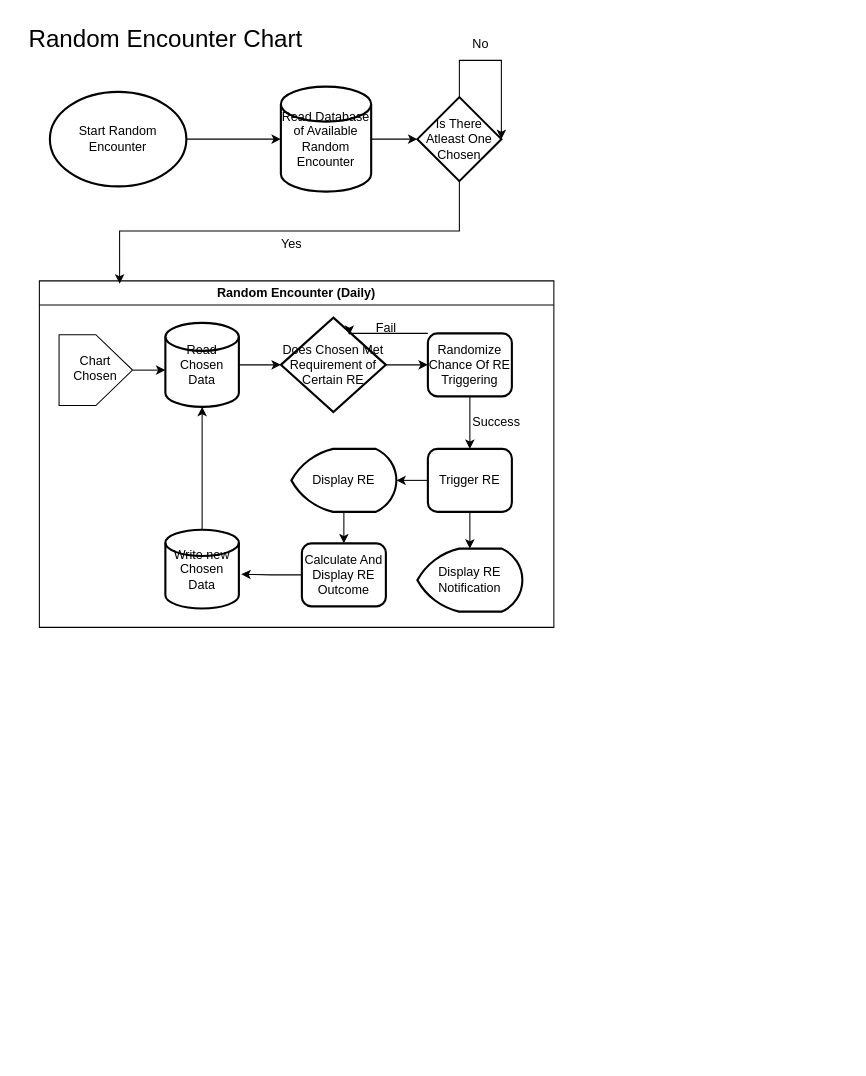
Before: Game Design/Flowcharts/RE Chart.drawio in mraihanhadi/project-umbra, a draw.io diagram. Source tidied: cells renumbered, new cells numbered last; positions are measured from the earlier drawing's top-left corner, leaving out a move shared by most shapes. Both pictures are drawn from the tidied source at 105%, with x=0, y=0 at pixel (18, 18).
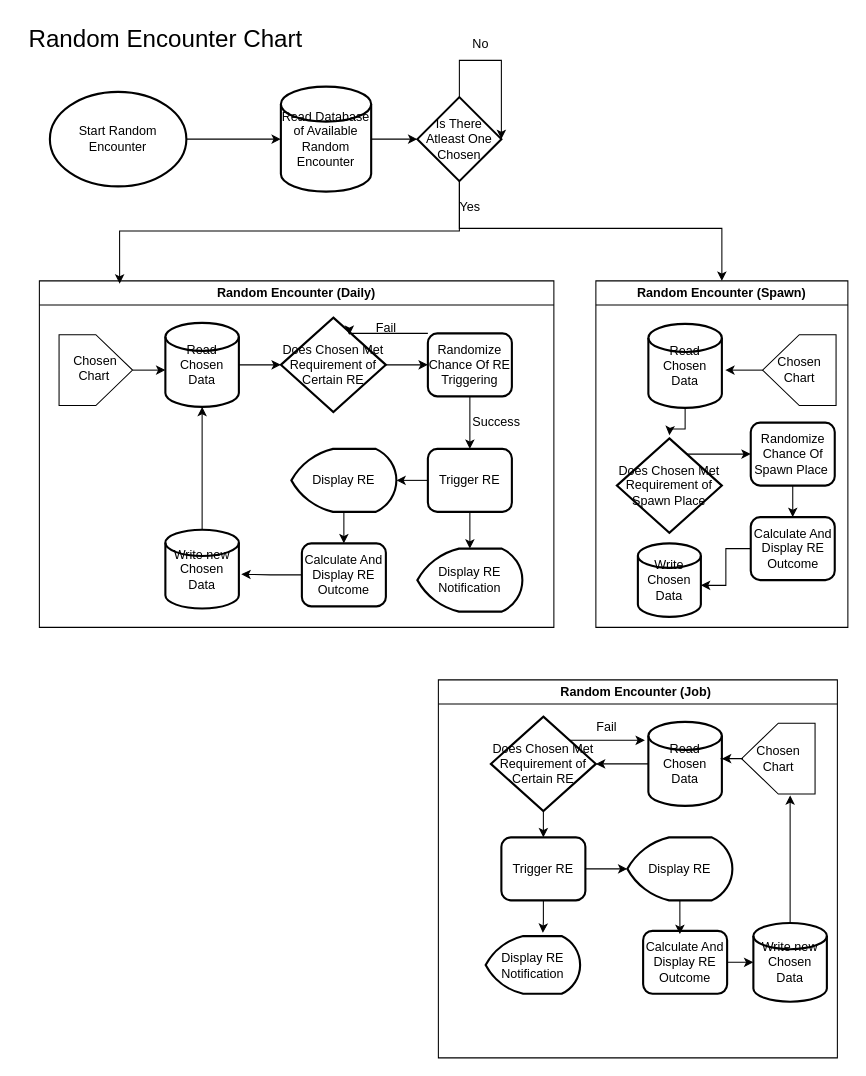
The same diagram, later.

Unchanged cells that the change refers to:
```xml
<mxCell id="7" value="Random Encounter (Daily)" style="swimlane;whiteSpace=wrap;html=1;" parent="1" vertex="1">
  <mxGeometry x="20" y="250" width="490" height="330" as="geometry" />
</mxCell>
<mxCell id="29" value="Is There Atleast One Chosen" style="rhombus;whiteSpace=wrap;html=1;strokeWidth=2;" parent="1" vertex="1">
  <mxGeometry x="380" y="75" width="80" height="80" as="geometry" />
</mxCell>
```

Diff of the diagram source:
```diff
@@
-    <mxCell id="9" value="Chosen Chart" style="verticalLabelPosition=middle;verticalAlign=middle;shape=offPageConnector;rounded=0;size=0.5;labelPosition=center;align=center;rotation=-90;html=1;whiteSpace=wrap;horizontal=1;textDirection=vertical-lr;" parent="7" vertex="1">
+    <mxCell id="9" value="Chart&amp;nbsp;&lt;div&gt;Chosen&lt;/div&gt;" style="verticalLabelPosition=middle;verticalAlign=middle;shape=offPageConnector;rounded=0;size=0.5;labelPosition=center;align=center;rotation=-90;html=1;whiteSpace=wrap;horizontal=1;textDirection=vertical-lr;" parent="7" vertex="1">
       <mxGeometry x="20" y="50" width="67.5" height="70" as="geometry" />
     </mxCell>
@@
+    <mxCell id="34" style="edgeStyle=orthogonalEdgeStyle;rounded=0;jettySize=auto;html=1;" parent="1" edge="1" source="29" target="35">
+      <mxGeometry relative="1" as="geometry">
+        <Array as="points">
+          <mxPoint x="420" y="200" />
+          <mxPoint x="670" y="200" />
+        </Array>
+      </mxGeometry>
+    </mxCell>
@@
     <mxCell id="33" value="Yes" style="text;html=1;align=center;verticalAlign=middle;strokeColor=none;fillColor=none;" parent="1" vertex="1">
-      <mxGeometry x="240" y="200" width="40" height="30" as="geometry" />
+      <mxGeometry x="410" y="165" width="40" height="30" as="geometry" />
     </mxCell>
+    <mxCell id="35" value="Random Encounter (Spawn)" style="swimlane;whiteSpace=wrap;html=1;" parent="1" vertex="1">
+      <mxGeometry x="550" y="250" width="240" height="330" as="geometry" />
+    </mxCell>
+    <mxCell id="36" value="Chosen Chart" style="verticalLabelPosition=middle;verticalAlign=middle;shape=offPageConnector;rounded=0;size=0.5;labelPosition=center;align=center;rotation=90;html=1;whiteSpace=wrap;horizontal=0;" parent="35" vertex="1">
+      <mxGeometry x="160" y="50" width="67.5" height="70" as="geometry" />
+    </mxCell>
+    <mxCell id="37" value="Read Chosen Data" style="strokeWidth=2;html=1;shape=mxgraph.flowchart.database;whiteSpace=wrap;" parent="35" vertex="1">
+      <mxGeometry x="50" y="41" width="70" height="80" as="geometry" />
+    </mxCell>
+    <mxCell id="38" style="edgeStyle=orthogonalEdgeStyle;rounded=0;jettySize=auto;html=1;exitX=0.5;exitY=1;exitDx=0;exitDy=0;entryX=1.045;entryY=0.558;entryDx=0;entryDy=0;entryPerimeter=0;" parent="35" edge="1" source="36" target="37">
+      <mxGeometry relative="1" as="geometry" />
+    </mxCell>
+    <mxCell id="39" style="edgeStyle=orthogonalEdgeStyle;rounded=0;jettySize=auto;html=1;" parent="35" edge="1" source="37">
+      <mxGeometry relative="1" as="geometry">
+        <mxPoint x="70" y="147" as="targetPoint" />
+      </mxGeometry>
+    </mxCell>
+    <mxCell id="40" style="edgeStyle=orthogonalEdgeStyle;rounded=0;jettySize=auto;html=1;entryX=0;entryY=0.5;entryDx=0;entryDy=0;" parent="35" edge="1" source="41" target="43">
+      <mxGeometry relative="1" as="geometry">
+        <Array as="points">
+          <mxPoint x="110" y="165" />
+          <mxPoint x="110" y="165" />
+        </Array>
+      </mxGeometry>
+    </mxCell>
+    <mxCell id="41" value="Does Chosen Met Requirement of Spawn Place" style="rhombus;whiteSpace=wrap;html=1;strokeWidth=2;" parent="35" vertex="1">
+      <mxGeometry x="20" y="150" width="100" height="90" as="geometry" />
+    </mxCell>
+    <mxCell id="42" style="edgeStyle=orthogonalEdgeStyle;rounded=0;jettySize=auto;html=1;entryX=0.5;entryY=0;entryDx=0;entryDy=0;" parent="35" edge="1" source="43" target="44">
+      <mxGeometry relative="1" as="geometry" />
+    </mxCell>
+    <mxCell id="43" value="Randomize Chance Of Spawn Place&amp;nbsp;" style="rounded=1;whiteSpace=wrap;html=1;strokeWidth=2;" parent="35" vertex="1">
+      <mxGeometry x="147.5" y="135" width="80" height="60" as="geometry" />
+    </mxCell>
+    <mxCell id="44" value="Calculate And Display RE Outcome" style="rounded=1;whiteSpace=wrap;html=1;strokeWidth=2;" parent="35" vertex="1">
+      <mxGeometry x="147.5" y="225" width="80" height="60" as="geometry" />
+    </mxCell>
+    <mxCell id="45" value="Write Chosen Data" style="strokeWidth=2;html=1;shape=mxgraph.flowchart.database;whiteSpace=wrap;" parent="35" vertex="1">
+      <mxGeometry x="40" y="250" width="60" height="70" as="geometry" />
+    </mxCell>
+    <mxCell id="46" style="edgeStyle=orthogonalEdgeStyle;rounded=0;jettySize=auto;html=1;entryX=1;entryY=0.571;entryDx=0;entryDy=0;entryPerimeter=0;" parent="35" edge="1" source="44" target="45">
+      <mxGeometry relative="1" as="geometry" />
+    </mxCell>
+    <mxCell id="47" value="Random Encounter (Job)&amp;nbsp;" style="swimlane;whiteSpace=wrap;html=1;" parent="1" vertex="1">
+      <mxGeometry x="400" y="630" width="380" height="360" as="geometry" />
+    </mxCell>
+    <mxCell id="48" value="Chosen Chart" style="verticalLabelPosition=middle;verticalAlign=middle;shape=offPageConnector;rounded=0;size=0.5;labelPosition=center;align=center;rotation=90;html=1;whiteSpace=wrap;horizontal=0;" parent="47" vertex="1">
+      <mxGeometry x="290" y="40" width="67.5" height="70" as="geometry" />
+    </mxCell>
+    <mxCell id="49" style="edgeStyle=orthogonalEdgeStyle;rounded=0;jettySize=auto;html=1;entryX=1;entryY=0.5;entryDx=0;entryDy=0;" parent="47" edge="1" source="50" target="53">
+      <mxGeometry relative="1" as="geometry" />
+    </mxCell>
+    <mxCell id="50" value="Read Chosen Data" style="strokeWidth=2;html=1;shape=mxgraph.flowchart.database;whiteSpace=wrap;" parent="47" vertex="1">
+      <mxGeometry x="200" y="40" width="70" height="80" as="geometry" />
+    </mxCell>
+    <mxCell id="51" style="edgeStyle=orthogonalEdgeStyle;rounded=0;jettySize=auto;html=1;entryX=1;entryY=0.438;entryDx=0;entryDy=0;entryPerimeter=0;" parent="47" edge="1" source="48" target="50">
+      <mxGeometry relative="1" as="geometry" />
+    </mxCell>
+    <mxCell id="52" style="edgeStyle=orthogonalEdgeStyle;rounded=0;jettySize=auto;html=1;entryX=0.5;entryY=0;entryDx=0;entryDy=0;" parent="47" edge="1" source="53" target="56">
+      <mxGeometry relative="1" as="geometry" />
+    </mxCell>
+    <mxCell id="53" value="Does Chosen Met Requirement of Certain RE" style="rhombus;whiteSpace=wrap;html=1;strokeWidth=2;" parent="47" vertex="1">
+      <mxGeometry x="50" y="35" width="100" height="90" as="geometry" />
+    </mxCell>
+    <mxCell id="54" value="Fail" style="text;html=1;align=center;verticalAlign=middle;strokeColor=none;fillColor=none;" parent="47" vertex="1">
+      <mxGeometry x="140" y="30" width="40" height="30" as="geometry" />
+    </mxCell>
+    <mxCell id="55" style="edgeStyle=orthogonalEdgeStyle;rounded=0;jettySize=auto;html=1;exitX=1;exitY=0;exitDx=0;exitDy=0;entryX=-0.047;entryY=0.22;entryDx=0;entryDy=0;entryPerimeter=0;" parent="47" edge="1" source="53" target="50">
+      <mxGeometry relative="1" as="geometry" />
+    </mxCell>
+    <mxCell id="56" value="Trigger RE" style="rounded=1;whiteSpace=wrap;html=1;strokeWidth=2;" parent="47" vertex="1">
+      <mxGeometry x="60" y="150" width="80" height="60" as="geometry" />
+    </mxCell>
+    <mxCell id="57" value="Display RE Notification" style="strokeWidth=2;html=1;shape=mxgraph.flowchart.display;whiteSpace=wrap;" parent="47" vertex="1">
+      <mxGeometry x="45" y="244" width="90" height="55" as="geometry" />
+    </mxCell>
+    <mxCell id="58" value="Display RE" style="strokeWidth=2;html=1;shape=mxgraph.flowchart.display;whiteSpace=wrap;" parent="47" vertex="1">
+      <mxGeometry x="180" y="150" width="100" height="60" as="geometry" />
+    </mxCell>
+    <mxCell id="59" style="edgeStyle=orthogonalEdgeStyle;rounded=0;jettySize=auto;html=1;exitX=1;exitY=0.5;exitDx=0;exitDy=0;entryX=0;entryY=0.5;entryDx=0;entryDy=0;entryPerimeter=0;" parent="47" edge="1" source="56" target="58">
+      <mxGeometry relative="1" as="geometry" />
+    </mxCell>
+    <mxCell id="60" value="Calculate And Display RE Outcome" style="rounded=1;whiteSpace=wrap;html=1;strokeWidth=2;" parent="47" vertex="1">
+      <mxGeometry x="195" y="239" width="80" height="60" as="geometry" />
+    </mxCell>
+    <mxCell id="61" style="edgeStyle=orthogonalEdgeStyle;rounded=0;jettySize=auto;html=1;entryX=0.438;entryY=0.052;entryDx=0;entryDy=0;entryPerimeter=0;" parent="47" edge="1" source="58" target="60">
+      <mxGeometry relative="1" as="geometry" />
+    </mxCell>
+    <mxCell id="62" style="edgeStyle=orthogonalEdgeStyle;rounded=0;jettySize=auto;html=1;entryX=0.606;entryY=-0.056;entryDx=0;entryDy=0;entryPerimeter=0;" parent="47" edge="1" source="56" target="57">
+      <mxGeometry relative="1" as="geometry" />
+    </mxCell>
+    <mxCell id="63" style="edgeStyle=orthogonalEdgeStyle;rounded=0;jettySize=auto;html=1;" parent="47" edge="1" source="64">
+      <mxGeometry relative="1" as="geometry">
+        <mxPoint x="335" y="110" as="targetPoint" />
+      </mxGeometry>
+    </mxCell>
+    <mxCell id="64" value="Write new Chosen Data" style="strokeWidth=2;html=1;shape=mxgraph.flowchart.database;whiteSpace=wrap;" parent="47" vertex="1">
+      <mxGeometry x="300" y="231.5" width="70" height="75" as="geometry" />
+    </mxCell>
+    <mxCell id="65" style="edgeStyle=orthogonalEdgeStyle;rounded=0;jettySize=auto;html=1;entryX=0;entryY=0.5;entryDx=0;entryDy=0;entryPerimeter=0;" parent="47" edge="1" source="60" target="64">
+      <mxGeometry relative="1" as="geometry" />
+    </mxCell>
```
